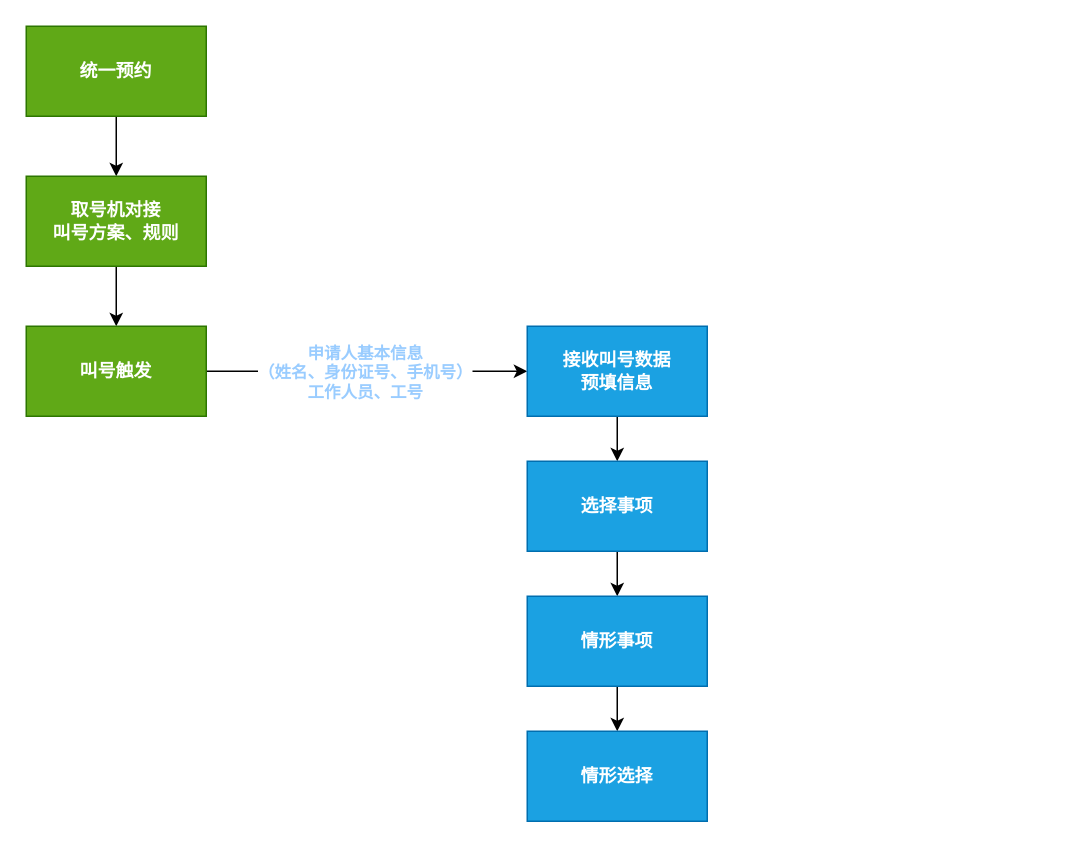
The draw.io diagram 未命名绘图.drawio in wushanru/design, before the edit. Source tidied: cells renumbered, new cells numbered last; positions are measured from the earlier drawing's top-left corner, leaving out a move shared by most shapes. Both pictures are drawn from the tidied source at 150%, with x=0, y=0 at pixel (26, 26).
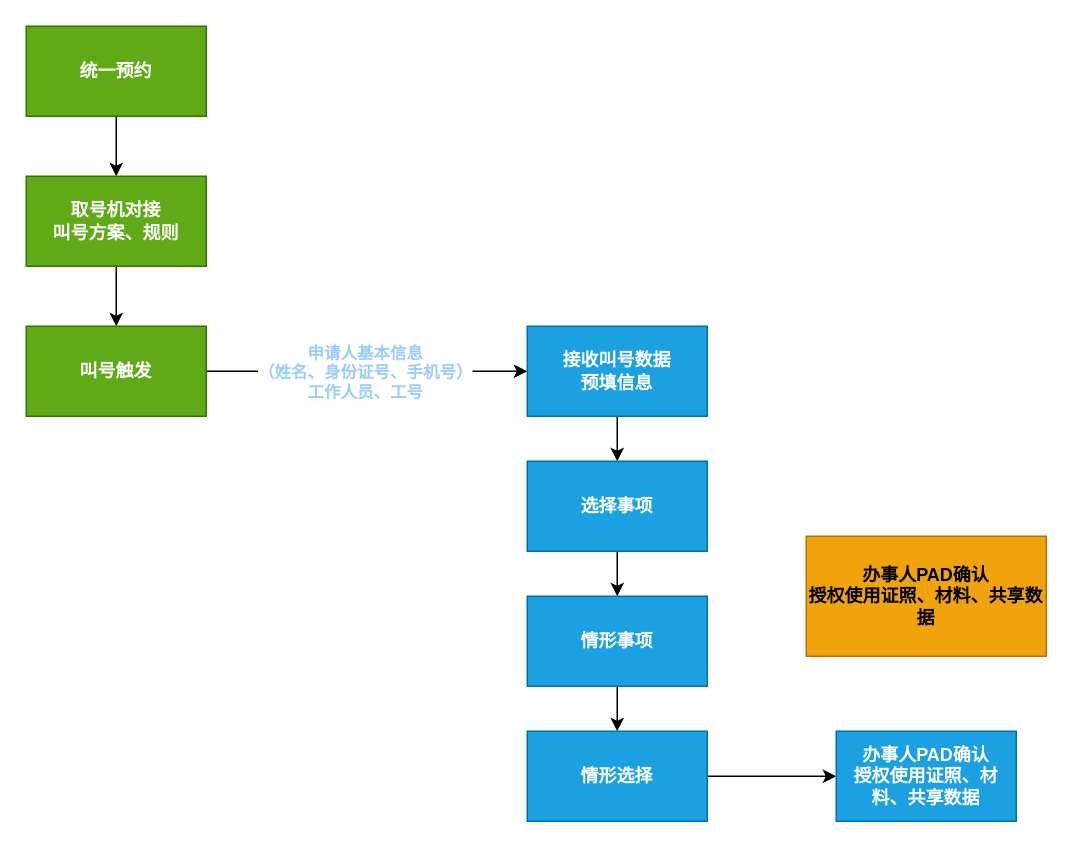
The same page after the edit.

Commit message (it also covers changes not shown here):
更新未命名绘图.drawio

The edit, as a diff of the source:
```diff
@@
 <mxGraphModel>
   <root>
     <mxCell id="0" />
     <mxCell id="1" parent="0" />
     <mxCell id="2" style="edgeStyle=orthogonalEdgeStyle;rounded=0;jettySize=auto;html=1;" parent="1" edge="1" source="3" target="5">
       <mxGeometry relative="1" as="geometry" />
     </mxCell>
     <mxCell id="3" value="&lt;b&gt;统一预约&lt;/b&gt;" style="rounded=0;whiteSpace=wrap;html=1;fillColor=#60a917;fontColor=#ffffff;strokeColor=#2D7600;" parent="1" vertex="1">
       <mxGeometry width="120" height="60" as="geometry" />
     </mxCell>
     <mxCell id="4" style="edgeStyle=orthogonalEdgeStyle;rounded=0;jettySize=auto;html=1;exitX=0.5;exitY=1;exitDx=0;exitDy=0;entryX=0.5;entryY=0;entryDx=0;entryDy=0;" parent="1" edge="1" source="5" target="8">
       <mxGeometry relative="1" as="geometry" />
     </mxCell>
     <mxCell id="5" value="&lt;b&gt;取号机对接&lt;br&gt;叫号方案、规则&lt;br&gt;&lt;/b&gt;" style="rounded=0;whiteSpace=wrap;html=1;fillColor=#60a917;fontColor=#ffffff;strokeColor=#2D7600;" parent="1" vertex="1">
       <mxGeometry y="100" width="120" height="60" as="geometry" />
     </mxCell>
     <mxCell id="6" style="edgeStyle=orthogonalEdgeStyle;rounded=0;jettySize=auto;html=1;" parent="1" edge="1" source="8" target="10">
       <mxGeometry relative="1" as="geometry" />
     </mxCell>
     <mxCell id="7" value="&lt;b&gt;&lt;font color=&quot;#99ccff&quot;&gt;申请人基本信息&lt;br&gt;（姓名、身份证号、手机号）&lt;br&gt;工作人员、工号&lt;/font&gt;&lt;/b&gt;" style="edgeLabel;html=1;align=center;verticalAlign=middle;" parent="6" vertex="1">
       <mxGeometry x="-0.18" relative="1" as="geometry">
         <mxPoint x="17" as="offset" />
       </mxGeometry>
     </mxCell>
     <mxCell id="8" value="&lt;b&gt;叫号触发&lt;br&gt;&lt;/b&gt;" style="rounded=0;whiteSpace=wrap;html=1;fillColor=#60a917;fontColor=#ffffff;strokeColor=#2D7600;" parent="1" vertex="1">
       <mxGeometry y="200" width="120" height="60" as="geometry" />
     </mxCell>
     <mxCell id="9" style="edgeStyle=orthogonalEdgeStyle;rounded=0;jettySize=auto;html=1;exitX=0.5;exitY=1;exitDx=0;exitDy=0;fontColor=#99CCFF;" parent="1" edge="1" source="10" target="12">
       <mxGeometry relative="1" as="geometry" />
     </mxCell>
     <mxCell id="10" value="&lt;b&gt;接收叫号数据&lt;br&gt;预填信息&lt;br&gt;&lt;/b&gt;" style="rounded=0;whiteSpace=wrap;html=1;fillColor=#1ba1e2;fontColor=#ffffff;strokeColor=#006EAF;" parent="1" vertex="1">
       <mxGeometry x="334" y="200" width="120" height="60" as="geometry" />
     </mxCell>
     <mxCell id="11" style="edgeStyle=orthogonalEdgeStyle;rounded=0;jettySize=auto;html=1;exitX=0.5;exitY=1;exitDx=0;exitDy=0;entryX=0.5;entryY=0;entryDx=0;entryDy=0;fontColor=#99CCFF;" parent="1" edge="1" source="12" target="14">
       <mxGeometry relative="1" as="geometry" />
     </mxCell>
     <mxCell id="12" value="&lt;b&gt;选择事项&lt;br&gt;&lt;/b&gt;" style="rounded=0;whiteSpace=wrap;html=1;fillColor=#1ba1e2;fontColor=#ffffff;strokeColor=#006EAF;" parent="1" vertex="1">
       <mxGeometry x="334" y="290" width="120" height="60" as="geometry" />
     </mxCell>
     <mxCell id="13" style="edgeStyle=orthogonalEdgeStyle;rounded=0;jettySize=auto;html=1;exitX=0.5;exitY=1;exitDx=0;exitDy=0;fontColor=#99CCFF;" parent="1" edge="1" source="14" target="15">
       <mxGeometry relative="1" as="geometry" />
     </mxCell>
     <mxCell id="14" value="&lt;b&gt;情形事项&lt;br&gt;&lt;/b&gt;" style="rounded=0;whiteSpace=wrap;html=1;fillColor=#1ba1e2;fontColor=#ffffff;strokeColor=#006EAF;" parent="1" vertex="1">
       <mxGeometry x="334" y="380" width="120" height="60" as="geometry" />
     </mxCell>
+    <mxCell id="16" style="edgeStyle=orthogonalEdgeStyle;rounded=0;jettySize=auto;html=1;exitX=1;exitY=0.5;exitDx=0;exitDy=0;fontColor=#99CCFF;" parent="1" edge="1" source="15" target="17">
+      <mxGeometry relative="1" as="geometry" />
+    </mxCell>
     <mxCell id="15" value="&lt;b&gt;情形选择&lt;br&gt;&lt;/b&gt;" style="rounded=0;whiteSpace=wrap;html=1;fillColor=#1ba1e2;fontColor=#ffffff;strokeColor=#006EAF;" parent="1" vertex="1">
       <mxGeometry x="334" y="470" width="120" height="60" as="geometry" />
     </mxCell>
+    <mxCell id="17" value="&lt;b&gt;办事人PAD确认&lt;br&gt;授权使用证照、材料、共享数据&lt;br&gt;&lt;/b&gt;" style="rounded=0;whiteSpace=wrap;html=1;fillColor=#1ba1e2;fontColor=#ffffff;strokeColor=#006EAF;" parent="1" vertex="1">
+      <mxGeometry x="540" y="470" width="120" height="60" as="geometry" />
+    </mxCell>
+    <mxCell id="18" value="&lt;b&gt;办事人PAD确认&lt;br&gt;授权使用证照、材料、共享数据&lt;br&gt;&lt;/b&gt;" style="rounded=0;whiteSpace=wrap;html=1;fillColor=#f0a30a;fontColor=#000000;strokeColor=#BD7000;" parent="1" vertex="1">
+      <mxGeometry x="520" y="340" width="160" height="80" as="geometry" />
+    </mxCell>
   </root>
 </mxGraphModel>
```
